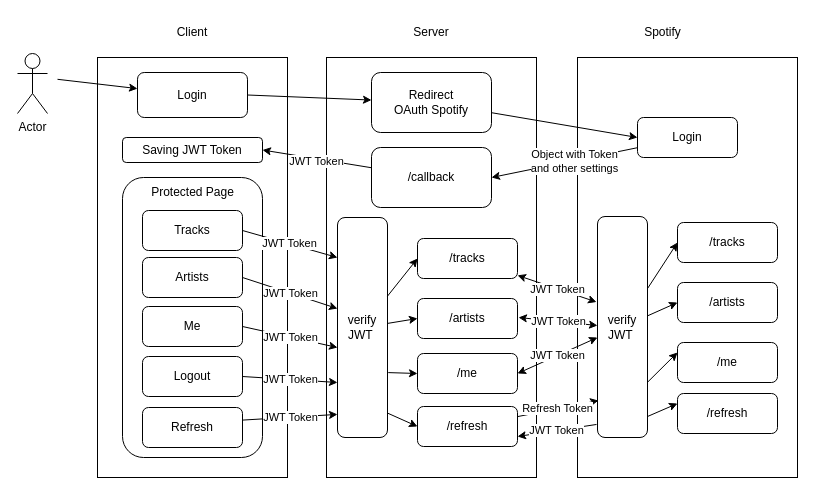
Eomm/receiptify keeps this draw.io diagram as projects/backend/docs/jwt-flow.drawio. Above is the earlier version. Source tidied: cells renumbered, new cells numbered last; positions are measured from the earlier drawing's top-left corner, leaving out a move shared by most shapes. Both pictures are drawn from the tidied source at 100%, with x=0, y=0 at pixel (17, 17).
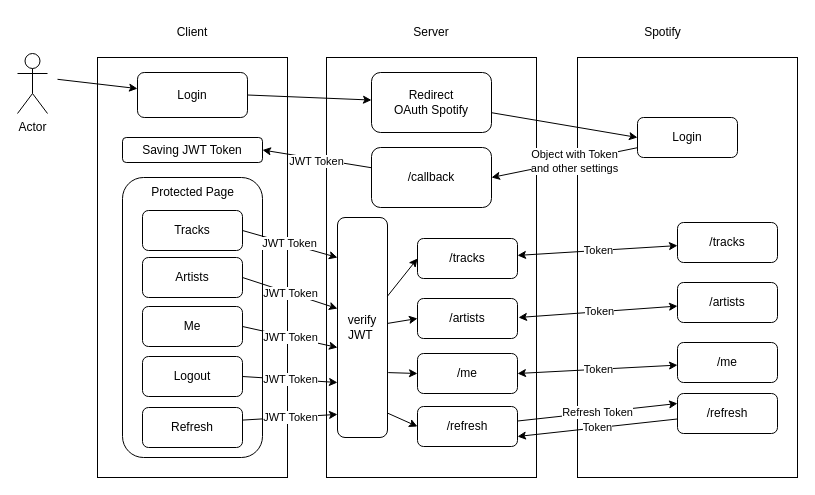
Above is the later version.

Commit message (it also covers changes not shown here):
fix: propagate and store token

Unchanged cells that the change refers to:
```xml
<mxCell id="27" value="/tracks" style="rounded=1;whiteSpace=wrap;html=1;" parent="1" vertex="1">
  <mxGeometry x="400" y="221" width="100" height="40" as="geometry" />
</mxCell>
<mxCell id="34" value="/tracks" style="rounded=1;whiteSpace=wrap;html=1;" parent="1" vertex="1">
  <mxGeometry x="660" y="205" width="100" height="40" as="geometry" />
</mxCell>
<mxCell id="39" value="/artists" style="rounded=1;whiteSpace=wrap;html=1;" parent="1" vertex="1">
  <mxGeometry x="660" y="265" width="100" height="40" as="geometry" />
</mxCell>
<mxCell id="43" value="/me" style="rounded=1;whiteSpace=wrap;html=1;" parent="1" vertex="1">
  <mxGeometry x="400" y="336" width="100" height="40" as="geometry" />
</mxCell>
<mxCell id="46" value="/me" style="rounded=1;whiteSpace=wrap;html=1;" parent="1" vertex="1">
  <mxGeometry x="660" y="325" width="100" height="40" as="geometry" />
</mxCell>
<mxCell id="51" value="/refresh" style="rounded=1;whiteSpace=wrap;html=1;" parent="1" vertex="1">
  <mxGeometry x="400" y="389" width="100" height="40" as="geometry" />
</mxCell>
<mxCell id="53" value="/refresh" style="rounded=1;whiteSpace=wrap;html=1;" parent="1" vertex="1">
  <mxGeometry x="660" y="376" width="100" height="40" as="geometry" />
</mxCell>
```

Change to the diagram source:
```diff
@@
-    <mxCell id="25" style="edgeStyle=none;html=1;entryX=-0.02;entryY=0.387;entryDx=0;entryDy=0;entryPerimeter=0;startArrow=classic;startFill=1;" parent="1" edge="1" source="27" target="38">
+    <mxCell id="25" style="edgeStyle=none;html=1;startArrow=classic;startFill=1;" parent="1" edge="1" source="27" target="34">
       <mxGeometry relative="1" as="geometry" />
     </mxCell>
-    <mxCell id="26" value="JWT Token" style="edgeLabel;html=1;align=center;verticalAlign=middle;" parent="25" vertex="1">
+    <mxCell id="26" value="Token" style="edgeLabel;html=1;align=center;verticalAlign=middle;" parent="25" vertex="1">
       <mxGeometry x="0.01" relative="1" as="geometry" />
     </mxCell>
@@
-    <mxCell id="35" style="edgeStyle=none;html=1;entryX=0;entryY=0.5;entryDx=0;entryDy=0;" parent="1" edge="1" source="38" target="34">
-      <mxGeometry relative="1" as="geometry" />
-    </mxCell>
-    <mxCell id="36" style="edgeStyle=none;html=1;entryX=0;entryY=0.5;entryDx=0;entryDy=0;" parent="1" edge="1" source="38" target="39">
-      <mxGeometry relative="1" as="geometry" />
-    </mxCell>
-    <mxCell id="37" value="JWT Token" style="edgeStyle=none;html=1;entryX=1;entryY=0.75;entryDx=0;entryDy=0;exitX=-0.02;exitY=0.941;exitDx=0;exitDy=0;exitPerimeter=0;" parent="1" edge="1" source="38" target="51">
+    <mxCell id="37" value="Token" style="edgeStyle=none;html=1;entryX=1;entryY=0.75;entryDx=0;entryDy=0;" parent="1" edge="1" source="53" target="51">
       <mxGeometry relative="1" as="geometry" />
     </mxCell>
-    <mxCell id="38" value="verify&lt;br&gt;JWT&amp;nbsp;&lt;br&gt;" style="rounded=1;whiteSpace=wrap;html=1;fillColor=none;" parent="1" vertex="1">
-      <mxGeometry x="580" y="199" width="50" height="221" as="geometry" />
-    </mxCell>
@@
-    <mxCell id="40" value="JWT Token" style="edgeStyle=none;html=1;entryX=-0.02;entryY=0.387;entryDx=0;entryDy=0;entryPerimeter=0;startArrow=classic;startFill=1;" parent="1" edge="1">
+    <mxCell id="40" value="Token" style="edgeStyle=none;html=1;startArrow=classic;startFill=1;" parent="1" edge="1" target="39">
       <mxGeometry x="0.01" relative="1" as="geometry">
         <mxPoint x="501" y="300" as="sourcePoint" />
-        <mxPoint x="580" y="308" as="targetPoint" />
       </mxGeometry>
     </mxCell>
@@
-    <mxCell id="45" value="JWT Token" style="edgeStyle=none;html=1;startArrow=classic;startFill=1;exitX=1;exitY=0.5;exitDx=0;exitDy=0;" parent="1" edge="1" source="43">
-      <mxGeometry x="0.01" relative="1" as="geometry">
-        <mxPoint x="580" y="320" as="targetPoint" />
-      </mxGeometry>
+    <mxCell id="45" value="Token" style="edgeStyle=none;html=1;startArrow=classic;startFill=1;exitX=1;exitY=0.5;exitDx=0;exitDy=0;" parent="1" edge="1" source="43" target="46">
+      <mxGeometry x="0.01" relative="1" as="geometry" />
     </mxCell>
@@
-    <mxCell id="47" style="edgeStyle=none;html=1;entryX=0;entryY=0.25;entryDx=0;entryDy=0;exitX=1;exitY=0.75;exitDx=0;exitDy=0;" parent="1" edge="1" source="38" target="46">
-      <mxGeometry relative="1" as="geometry" />
-    </mxCell>
@@
-    <mxCell id="50" value="Refresh Token" style="edgeStyle=none;html=1;entryX=0.02;entryY=0.833;entryDx=0;entryDy=0;entryPerimeter=0;" parent="1" edge="1" source="51" target="38">
+    <mxCell id="50" value="Refresh Token" style="edgeStyle=none;html=1;entryX=0;entryY=0.25;entryDx=0;entryDy=0;" parent="1" edge="1" source="51" target="53">
       <mxGeometry relative="1" as="geometry" />
     </mxCell>
@@
-    <mxCell id="54" style="edgeStyle=none;html=1;entryX=0;entryY=0.25;entryDx=0;entryDy=0;exitX=1;exitY=0.905;exitDx=0;exitDy=0;exitPerimeter=0;" parent="1" edge="1" source="38" target="53">
-      <mxGeometry relative="1" as="geometry" />
-    </mxCell>
```
